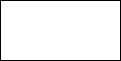
sarraz1/csau keeps this draw.io diagram as drawio/sandbox_rabbit.png. Above is the earlier version. Source tidied: cells renumbered, new cells last; positions are measured from the earlier drawing's top-left corner, leaving out a move shared by most shapes.
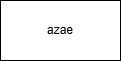
Later version of the same file.

Commit message:
Mettre à jour sandbox_rabbit.png

What changed in the source:
```diff
@@ -2,7 +2,7 @@
   <root>
     <mxCell id="0" />
     <mxCell id="1" parent="0" />
-    <mxCell id="2" style="rounded=0;whiteSpace=wrap;html=1;" parent="1" vertex="1">
+    <mxCell id="2" value="azae" style="rounded=0;whiteSpace=wrap;html=1;" parent="1" vertex="1">
       <mxGeometry width="120" height="60" as="geometry" />
     </mxCell>
   </root>
```
